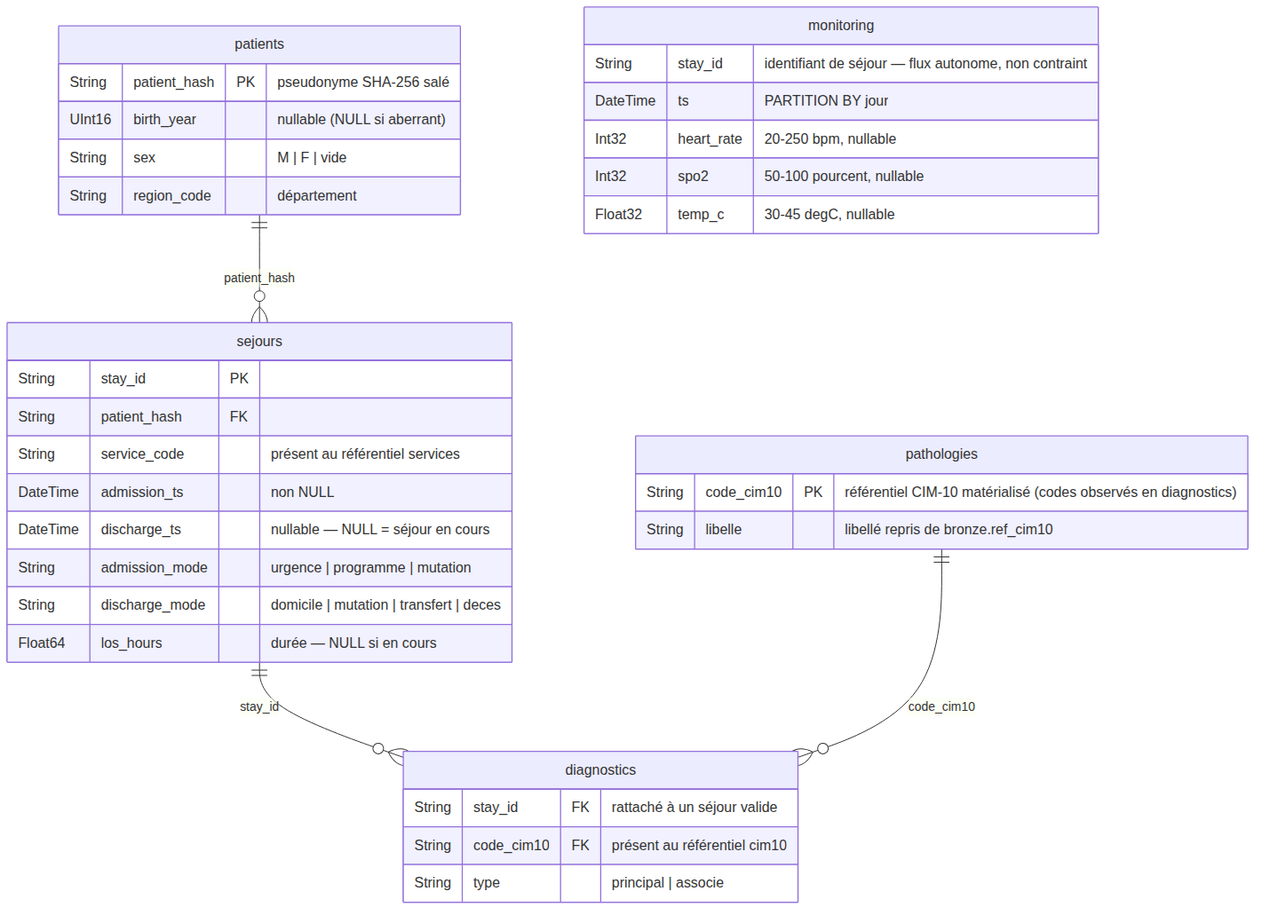
POWLAIR/efrei-eds-chu keeps this Mermaid diagram as report/schemas/silver.png. Above is the earlier version. Its source is kept beside it as report/schemas/silver.mmd.
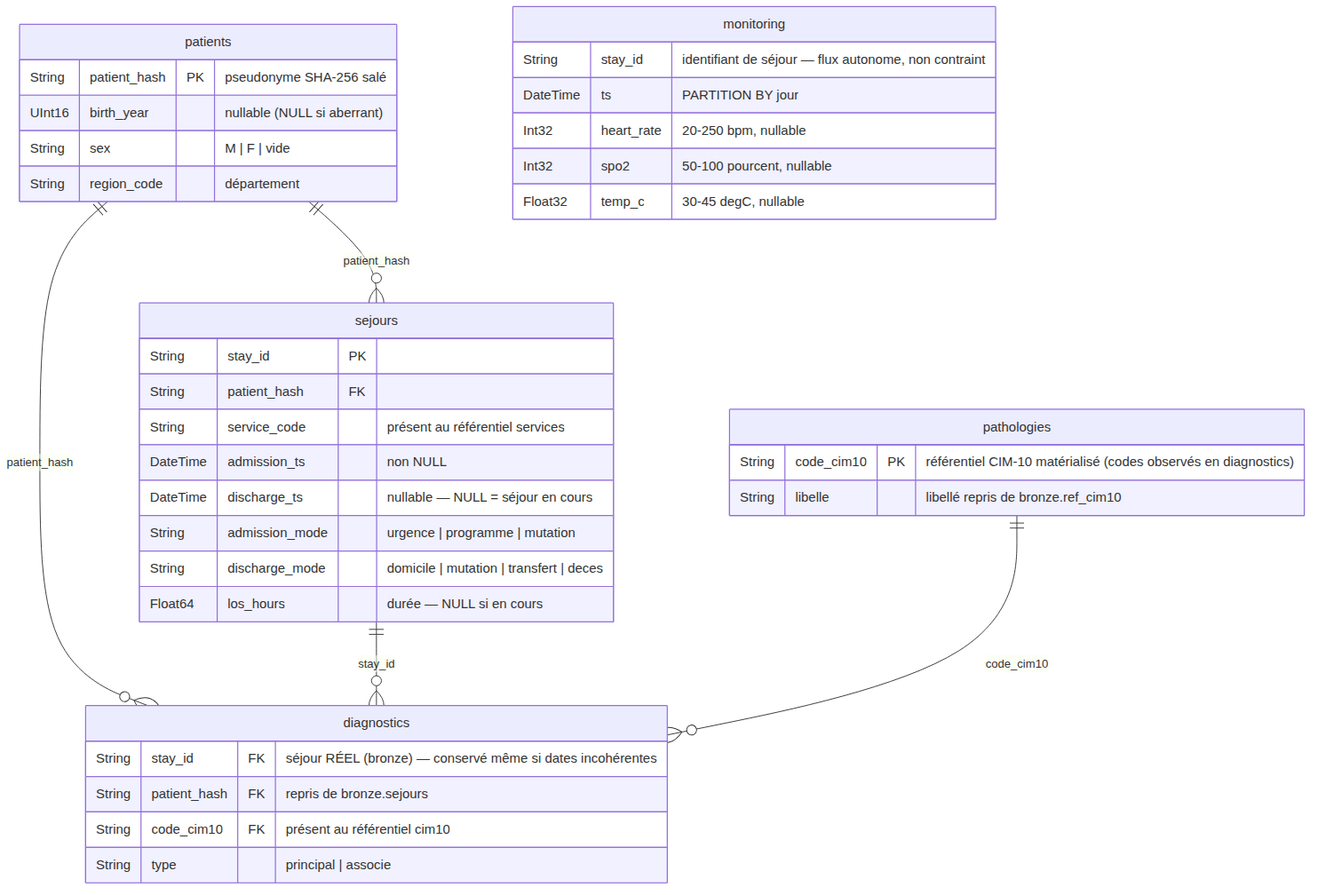
After the change.

Diff of the diagram source:
```diff
@@ -1,5 +1,6 @@
 erDiagram
     patients    ||--o{ sejours     : "patient_hash"
+    patients    ||--o{ diagnostics : "patient_hash"
     sejours     ||--o{ diagnostics : "stay_id"
     pathologies ||--o{ diagnostics : "code_cim10"
 
@@ -20,7 +21,8 @@
         Float64 los_hours "durée — NULL si en cours"
     }
     diagnostics {
-        String stay_id FK "rattaché à un séjour valide"
+        String stay_id FK "séjour RÉEL (bronze) — conservé même si dates incohérentes"
+        String patient_hash FK "repris de bronze.sejours"
         String code_cim10 FK "présent au référentiel cim10"
         String type "principal | associe"
     }
```
